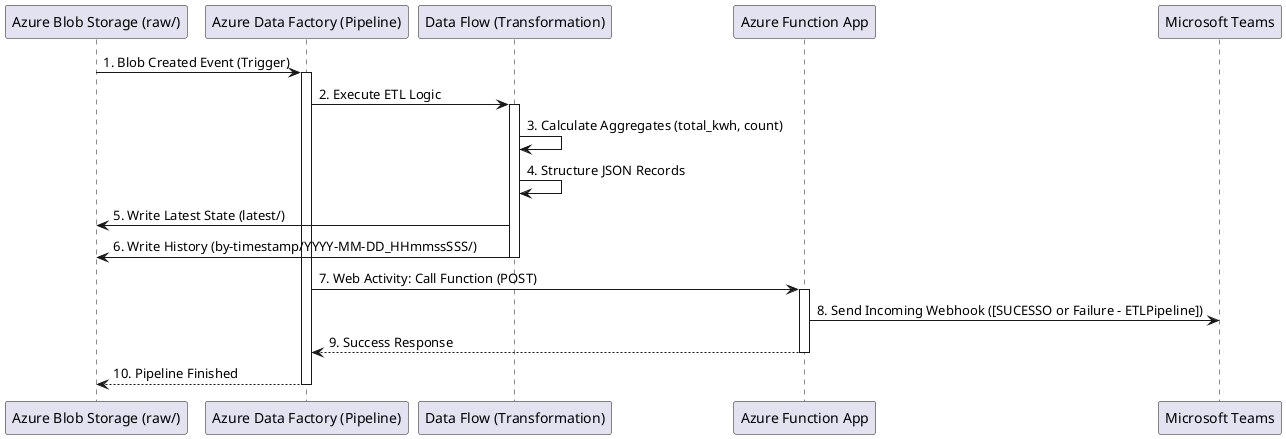
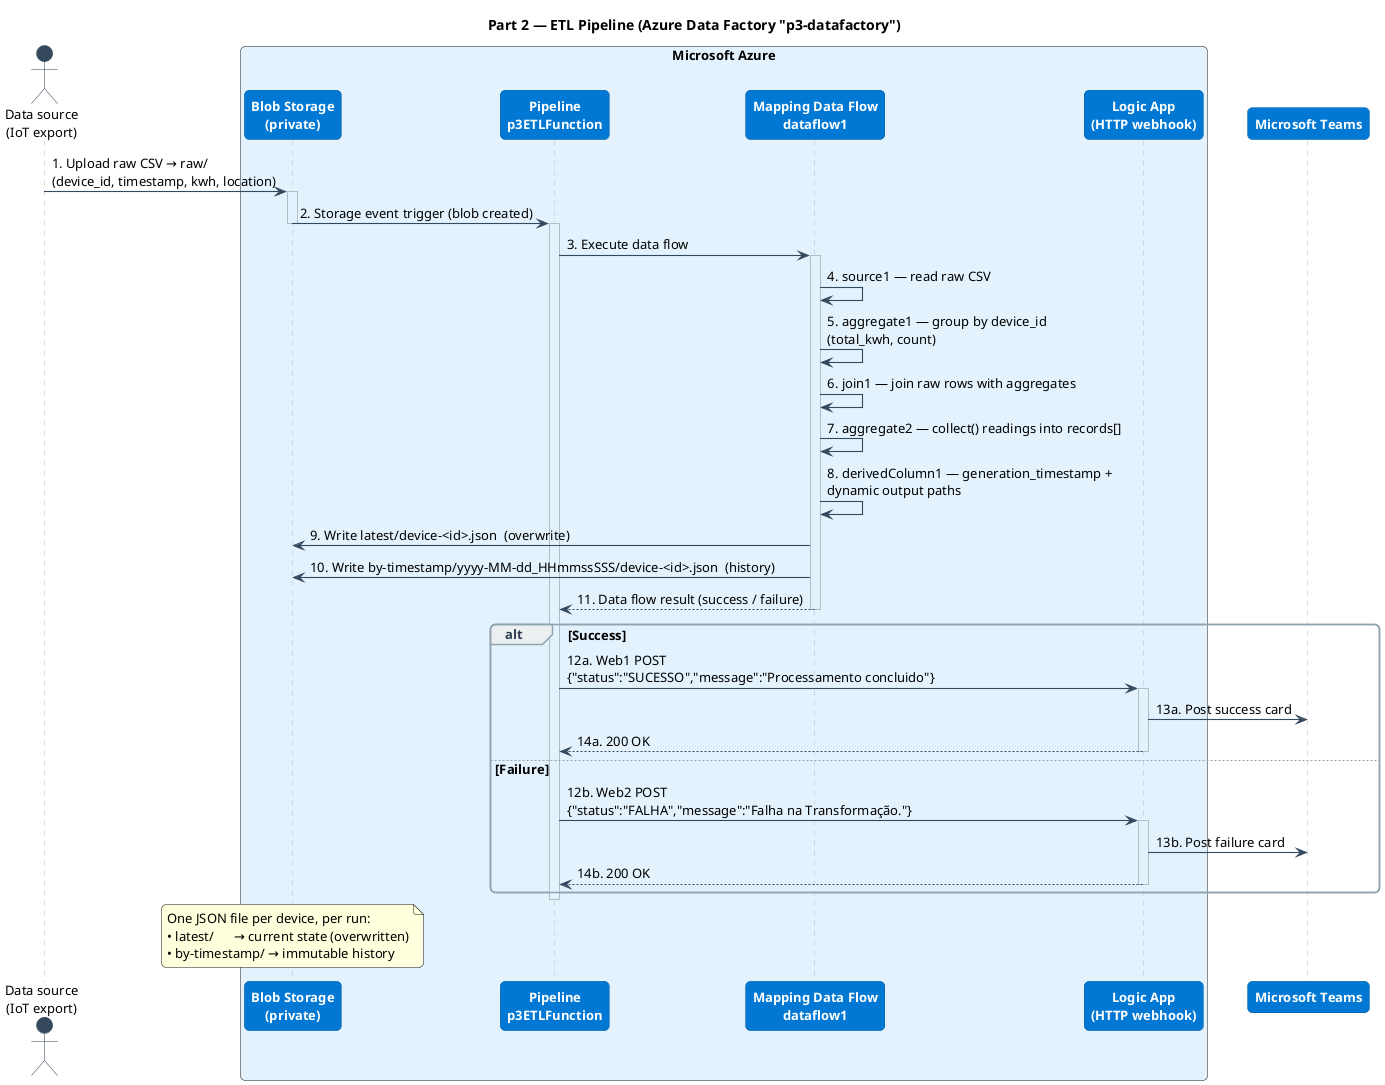
+ @startuml
+ title Part 2 — ETL Pipeline (Azure Data Factory "p3-datafactory")

- @startuml
+ skinparam backgroundColor #FFFFFF
+ skinparam shadowing false
+ skinparam defaultFontName "Helvetica Neue"
+ skinparam defaultFontSize 13
+ skinparam roundCorner 10
+ skinparam ArrowColor #34495E
+ skinparam ArrowThickness 1.1
+ skinparam sequence {
+   ParticipantBackgroundColor #0078D4
+   ParticipantBorderColor #005A9E
+   ParticipantFontColor #FFFFFF
+   ParticipantFontStyle bold
+   ActorBackgroundColor #34495E
+   ActorBorderColor #2C3E50
+   LifeLineBorderColor #B0BEC5
+   LifeLineBackgroundColor #E3F2FD
+   GroupBackgroundColor #ECEFF1
+   GroupBorderColor #90A4AE
+   GroupHeaderFontColor #2C3E50
+   DividerBackgroundColor #34495E
+   DividerFontColor #FFFFFF
+ }

- participant Storage as "Azure Blob Storage (raw/)"
- participant ADF as "Azure Data Factory (Pipeline)"
- participant DF as "Data Flow (Transformation)"
- participant FA as "Azure Function App"
+ actor "Data source\n(IoT export)" as Src
+ 
+ box "Microsoft Azure" #E3F2FD
+   participant Blob as "Blob Storage\n(private)"
+   participant ADF as "Pipeline\np3ETLFunction"
+   participant DF as "Mapping Data Flow\ndataflow1"
+   participant Logic as "Logic App\n(HTTP webhook)"
+ end box
+ 
participant Teams as "Microsoft Teams"

- Storage -> ADF: 1. Blob Created Event (Trigger)
+ Src -> Blob: 1. Upload raw CSV → raw/\n(device_id, timestamp, kwh, location)
+ activate Blob
+ Blob -> ADF: 2. Storage event trigger (blob created)
+ deactivate Blob
activate ADF

- ADF -> DF: 2. Execute ETL Logic
+ ADF -> DF: 3. Execute data flow
activate DF
+ DF -> DF: 4. source1 — read raw CSV
+ DF -> DF: 5. aggregate1 — group by device_id\n(total_kwh, count)
+ DF -> DF: 6. join1 — join raw rows with aggregates
+ DF -> DF: 7. aggregate2 — collect() readings into records[]
+ DF -> DF: 8. derivedColumn1 — generation_timestamp +\ndynamic output paths

- DF -> DF: 3. Calculate Aggregates (total_kwh, count)
- DF -> DF: 4. Structure JSON Records
- 
- DF -> Storage: 5. Write Latest State (latest/)
- DF -> Storage: 6. Write History (by-timestamp/YYYY-MM-DD_HHmmssSSS/)
+ DF -> Blob: 9. Write latest/device-<id>.json  (overwrite)
+ DF -> Blob: 10. Write by-timestamp/yyyy-MM-dd_HHmmssSSS/device-<id>.json  (history)
+ DF --> ADF: 11. Data flow result (success / failure)
deactivate DF

- ADF -> FA: 7. Web Activity: Call Function (POST)
- activate FA
+ alt Success
+   ADF -> Logic: 12a. Web1 POST\n{"status":"SUCESSO","message":"Processamento concluido"}
+   activate Logic
+   Logic -> Teams: 13a. Post success card
+   Logic --> ADF: 14a. 200 OK
+   deactivate Logic
+ else Failure
+   ADF -> Logic: 12b. Web2 POST\n{"status":"FALHA","message":"Falha na Transformação."}
+   activate Logic
+   Logic -> Teams: 13b. Post failure card
+   Logic --> ADF: 14b. 200 OK
+   deactivate Logic
+ end

- FA -> Teams: 8. Send Incoming Webhook ([SUCESSO or Failure - ETLPipeline])
- FA --> ADF: 9. Success Response
- deactivate FA
- 
- ADF --> Storage: 10. Pipeline Finished
deactivate ADF

- @enduml+ note over Blob
+   One JSON file per device, per run:
+   • latest/      → current state (overwritten)
+   • by-timestamp/ → immutable history
+ end note
+ 
+ @enduml
